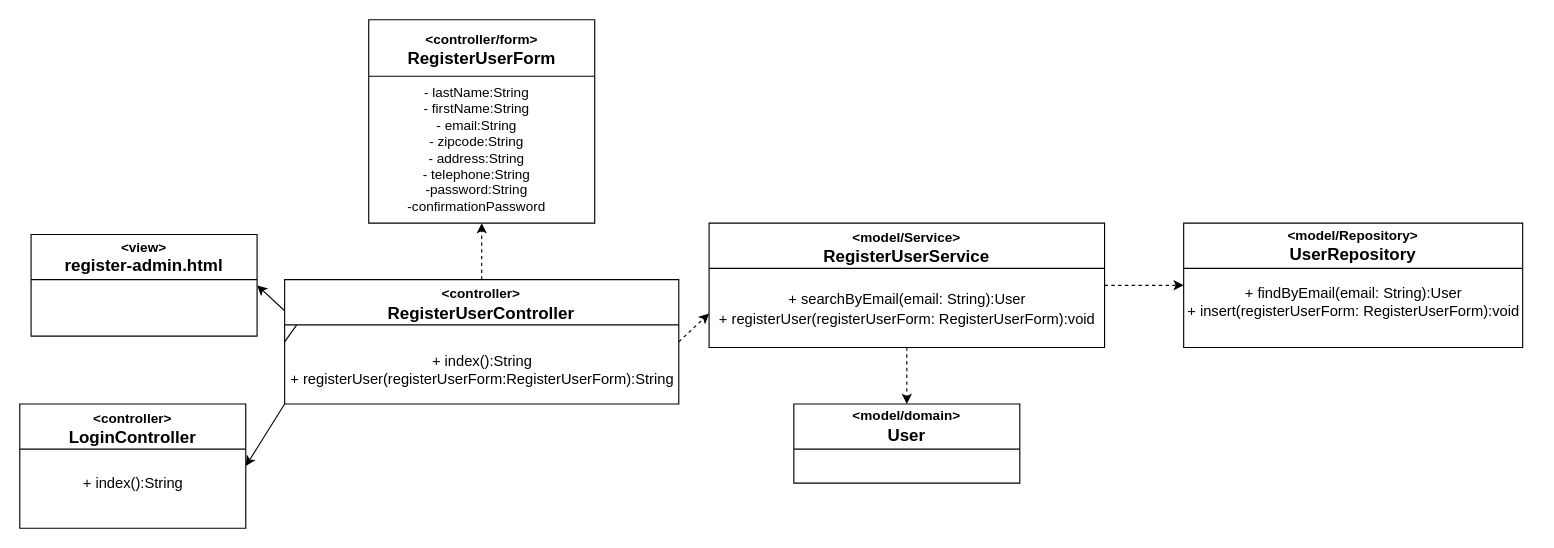
Before: document/registerUser.drawio in takamasa-like-curry/ec-202301b, a draw.io diagram. Source tidied: cells renumbered, new cells numbered last; positions are measured from the earlier drawing's top-left corner, leaving out a move shared by most shapes. Both pictures are drawn from the tidied source at 113%, with x=0, y=0 at pixel (19, 19).
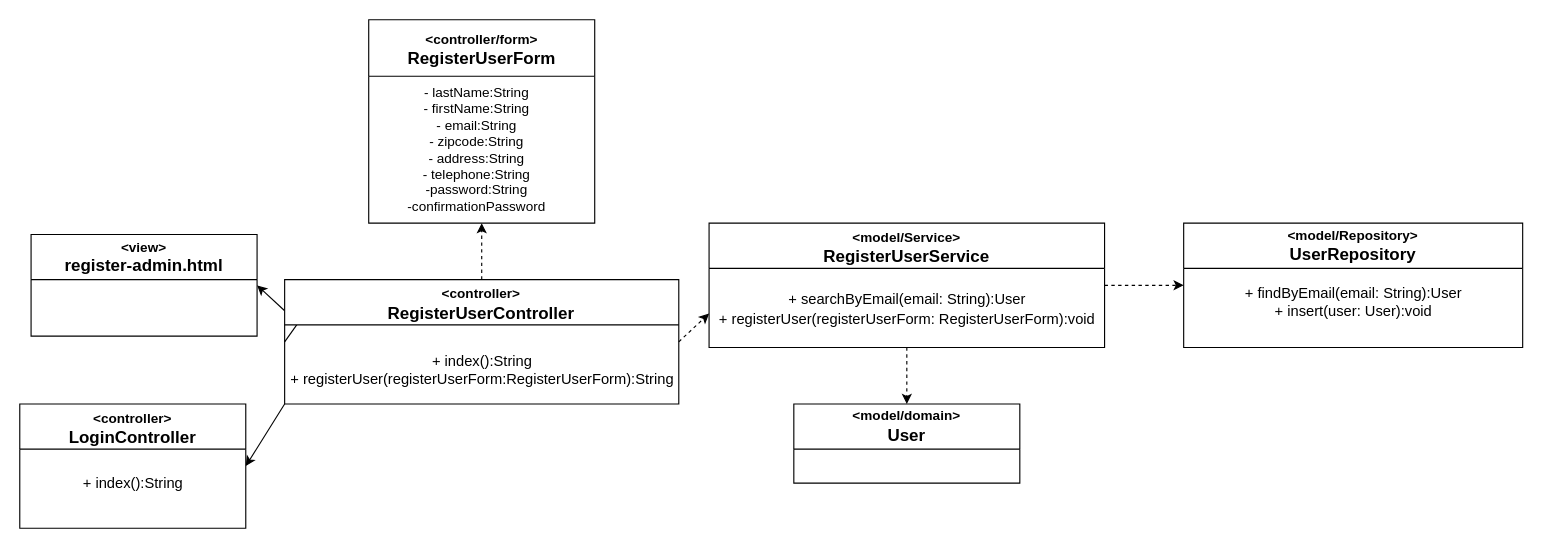
The same diagram, later.

Commit message:
クラス図の引数を変更しました

The change refers to these unchanged cells:
```xml
<mxCell id="7" value="&lt;font style=&quot;&quot;&gt;&amp;lt;model/Repository&amp;gt;&lt;br style=&quot;&quot;&gt;&lt;font style=&quot;font-size: 15px;&quot;&gt;UserRepository&lt;/font&gt;&lt;/font&gt;" style="swimlane;whiteSpace=wrap;html=1;fontSize=12;startSize=40;" parent="1" vertex="1">
  <mxGeometry x="1030" y="180" width="300" height="110" as="geometry" />
</mxCell>
```

Diff of the diagram source:
```diff
@@
-    <mxCell id="8" value="+ findByEmail(email: String):User&lt;br style=&quot;font-size: 13px;&quot;&gt;+ insert(registerUserForm: RegisterUserForm):void" style="text;html=1;align=center;verticalAlign=middle;strokeColor=none;fillColor=none;fontSize=13;" parent="7" vertex="1">
-      <mxGeometry x="-10" y="50" width="320" height="40" as="geometry" />
+    <mxCell id="8" value="+ findByEmail(email: String):User&lt;br style=&quot;font-size: 13px;&quot;&gt;+ insert(user: User):void" style="text;html=1;align=center;verticalAlign=middle;strokeColor=none;fillColor=none;fontSize=13;" parent="7" vertex="1">
+      <mxGeometry x="40" y="50" width="220" height="40" as="geometry" />
     </mxCell>
```
